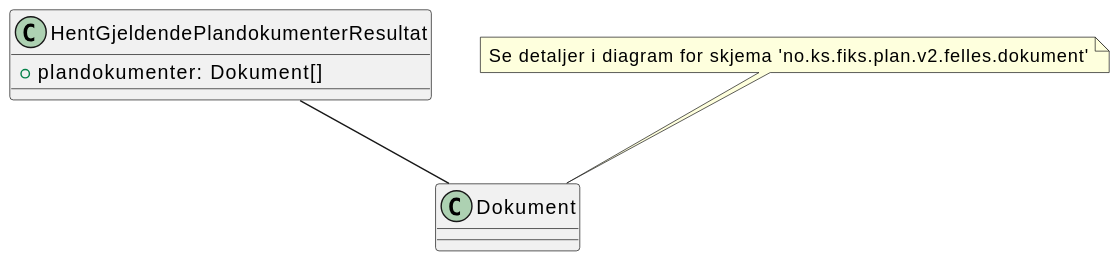
ks-no/fiks-plan-specification keeps this PlantUML diagram as Dokumentasjon/V2/ClassDiagrams/no.ks.fiks.plan.v2.innsyn.gjeldendeplandokumenter.hent.resultat/gjeldendeplandokumenter-hent-resultat.svg. Above is the earlier version.
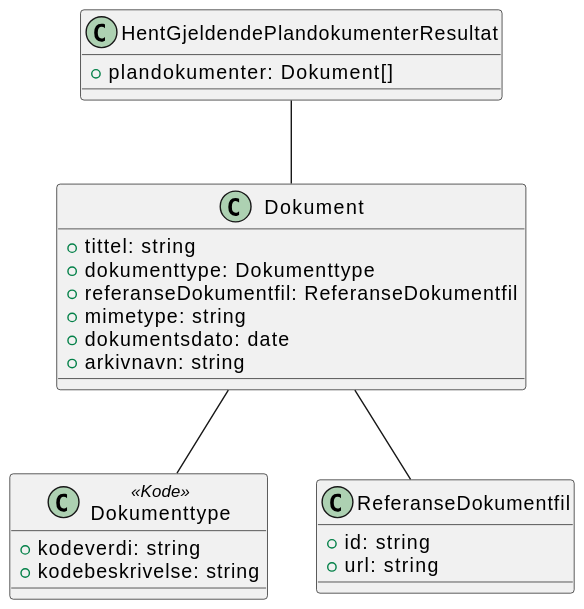
After the change.

The edit, as a diff of the source:
```diff
@@ -1,9 +1,9 @@
 @startuml
+!include ./../no.ks.fiks.plan.v2.felles.dokument/dokument.pu
+
 class HentGjeldendePlandokumenterResultat {
     +plandokumenter: Dokument[]
 }
 
 HentGjeldendePlandokumenterResultat -- Dokument
-
-note top of Dokument : Se detaljer i diagram for skjema 'no.ks.fiks.plan.v2.felles.dokument'
 @enduml
```
